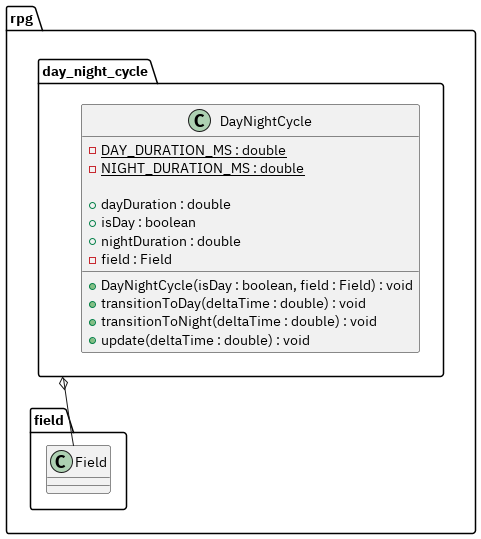
The PlantUML diagram docs/uml/class/day_night_cycle_daynightcycle.png in trueNAHO/university-programming-fundamentals-2, before a commit.
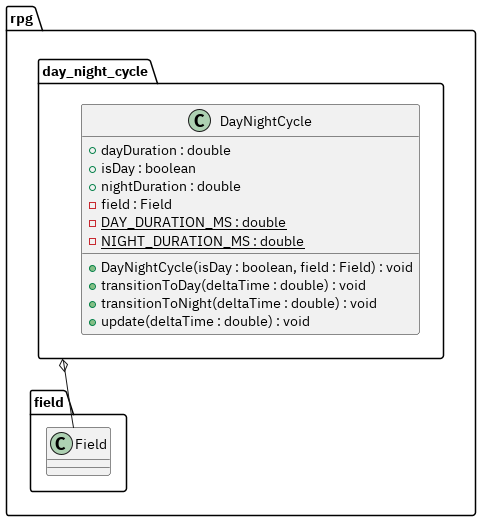
Above is the later version.

Diff of the diagram source:
```diff
@@ -3,13 +3,12 @@
 package rpg {
     package day_night_cycle {
         class DayNightCycle {
-            -{static} DAY_DURATION_MS : double
-            -{static} NIGHT_DURATION_MS : double
-
             +dayDuration : double
             +isDay : boolean
             +nightDuration : double
             -field : Field
+            -{static} DAY_DURATION_MS : double
+            -{static} NIGHT_DURATION_MS : double
 
             +DayNightCycle(isDay : boolean, field : Field) : void
             +transitionToDay(deltaTime : double) : void
```
